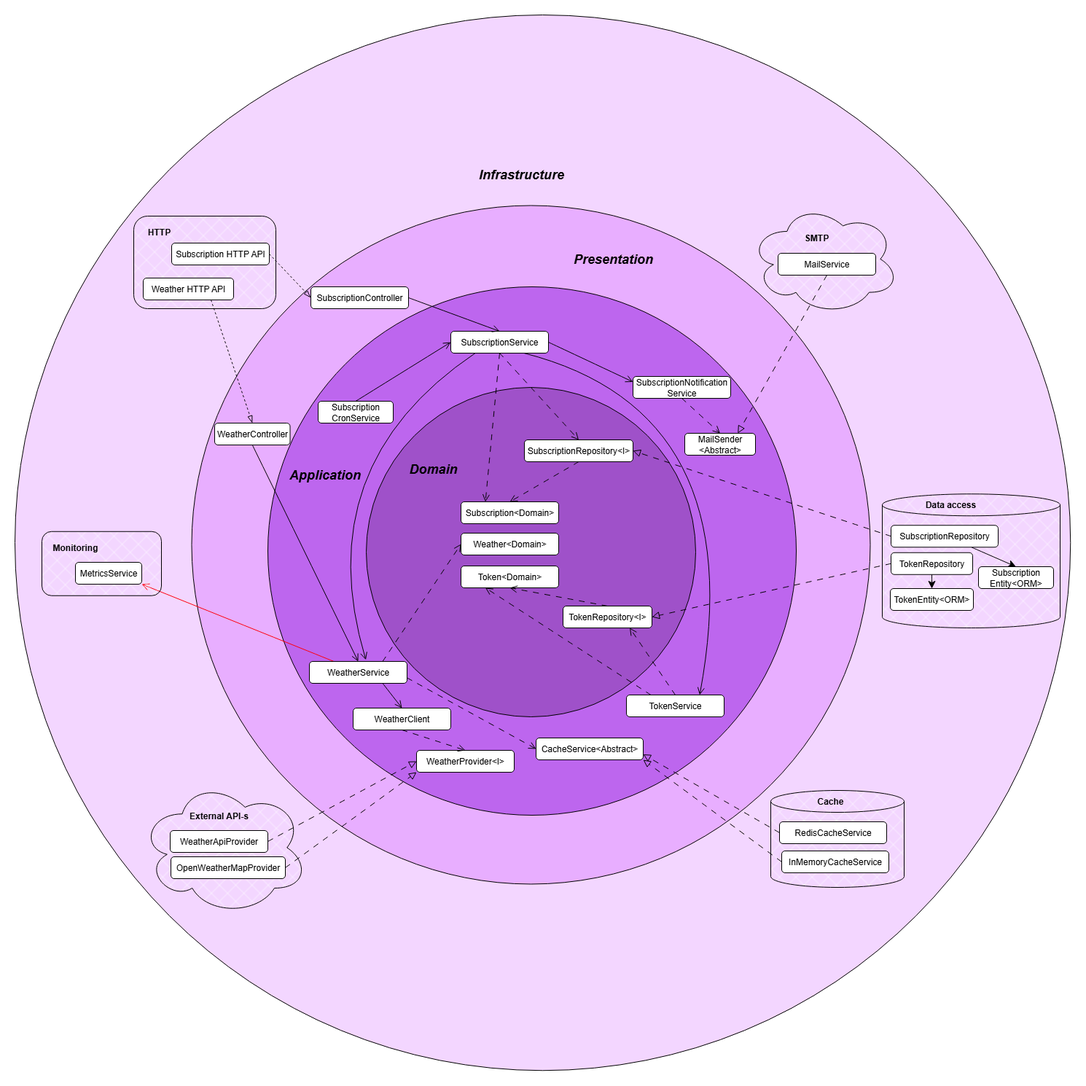
The draw.io diagram docs/assets/images/arch.png in GenesisEducationKyiv/software-engineering-school-5-0-Bogdan-Zinovij, before a commit. Source tidied: cells renumbered, new cells last; positions are measured from the earlier drawing's top-left corner, leaving out a move shared by most shapes.
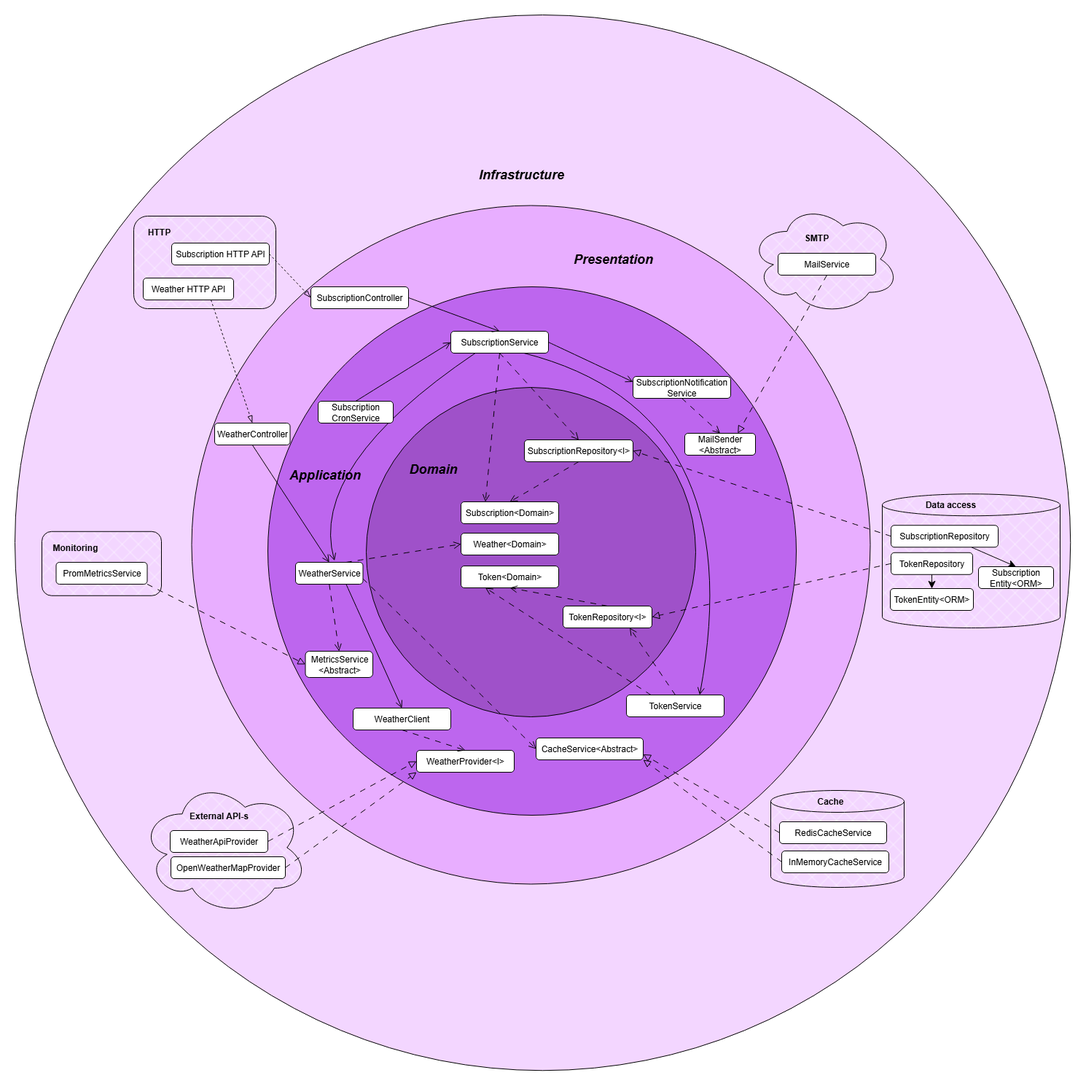
The same file after the commit.

Commit message:
refactor(metrics): separate abstract class and it's implementation for metrics service

Change to the diagram source:
```diff
@@ -76,11 +76,11 @@
     <mxCell id="23" style="edgeStyle=none;curved=1;rounded=0;jettySize=auto;html=1;exitX=0.75;exitY=1;exitDx=0;exitDy=0;entryX=0.5;entryY=0;entryDx=0;entryDy=0;fontSize=12;startSize=8;endSize=8;endArrow=open;endFill=0;" parent="1" edge="1" source="25" target="49">
       <mxGeometry relative="1" as="geometry" />
     </mxCell>
-    <mxCell id="24" style="edgeStyle=none;curved=1;rounded=0;jettySize=auto;html=1;exitX=0.25;exitY=0;exitDx=0;exitDy=0;fontSize=12;startSize=8;endSize=8;strokeColor=#FF000A;endArrow=open;endFill=0;entryX=1;entryY=1;entryDx=0;entryDy=0;" parent="1" edge="1" source="25" target="83">
-      <mxGeometry relative="1" as="geometry" />
-    </mxCell>
+    <mxCell id="84" style="rounded=0;jettySize=auto;html=1;exitX=0.5;exitY=1;exitDx=0;exitDy=0;entryX=0.5;entryY=0;entryDx=0;entryDy=0;dashed=1;dashPattern=8 8;endArrow=open;endFill=0;startSize=8;endSize=8;" parent="1" edge="1" source="25" target="86">
+      <mxGeometry relative="1" as="geometry" />
+    </mxCell>
     <mxCell id="25" value="WeatherService" style="rounded=1;whiteSpace=wrap;html=1;" parent="1" vertex="1">
-      <mxGeometry x="404" y="887" width="134" height="30" as="geometry" />
+      <mxGeometry x="385" y="751" width="92.5" height="30" as="geometry" />
     </mxCell>
     <mxCell id="26" style="edgeStyle=none;curved=1;rounded=0;jettySize=auto;html=1;exitX=1;exitY=0.5;exitDx=0;exitDy=0;entryX=0.5;entryY=0;entryDx=0;entryDy=0;fontSize=12;startSize=8;endSize=8;endArrow=open;endFill=0;" parent="1" edge="1" source="27" target="17">
       <mxGeometry relative="1" as="geometry" />
@@ -253,8 +253,14 @@
     <mxCell id="82" value="Mail&lt;span style=&quot;background-color: transparent; color: light-dark(rgb(0, 0, 0), rgb(255, 255, 255));&quot;&gt;Service&lt;/span&gt;" style="rounded=1;whiteSpace=wrap;html=1;" parent="1" vertex="1">
       <mxGeometry x="1047" y="327" width="134" height="30" as="geometry" />
     </mxCell>
+    <mxCell id="85" style="rounded=0;jettySize=auto;html=1;exitX=1;exitY=1;exitDx=0;exitDy=0;entryX=0;entryY=0.5;entryDx=0;entryDy=0;endArrow=block;endFill=0;dashed=1;dashPattern=8 8;startSize=8;endSize=8;" parent="1" edge="1" source="83" target="86">
+      <mxGeometry relative="1" as="geometry" />
+    </mxCell>
-    <mxCell id="83" value="MetricsService" style="rounded=1;whiteSpace=wrap;html=1;" parent="1" vertex="1">
-      <mxGeometry x="83" y="751" width="91" height="30" as="geometry" />
+    <mxCell id="83" value="PromMetricsService" style="rounded=1;whiteSpace=wrap;html=1;" parent="1" vertex="1">
+      <mxGeometry x="56.5" y="751" width="125" height="30" as="geometry" />
     </mxCell>
+    <mxCell id="86" value="MetricsService&lt;br&gt;&amp;lt;Abstract&amp;gt;" style="rounded=1;whiteSpace=wrap;html=1;" parent="1" vertex="1">
+      <mxGeometry x="398.5" y="873" width="92.5" height="36" as="geometry" />
+    </mxCell>
   </root>
 </mxGraphModel>
```
